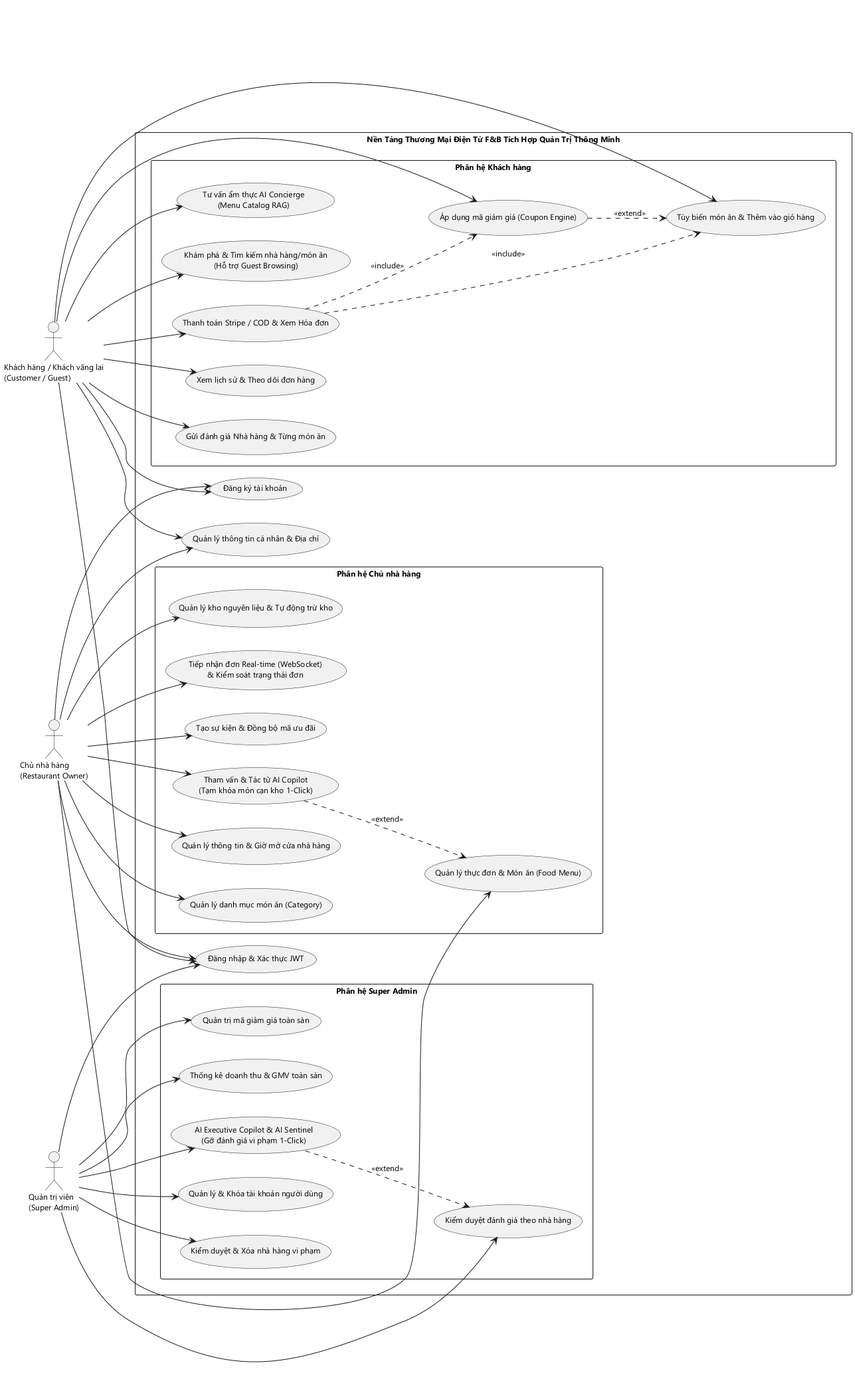
Above: uet-graduation-thesis/figures/fig_usecase_general.png in lequocanh1401/Online-Food-Ordering (PlantUML), before the change.
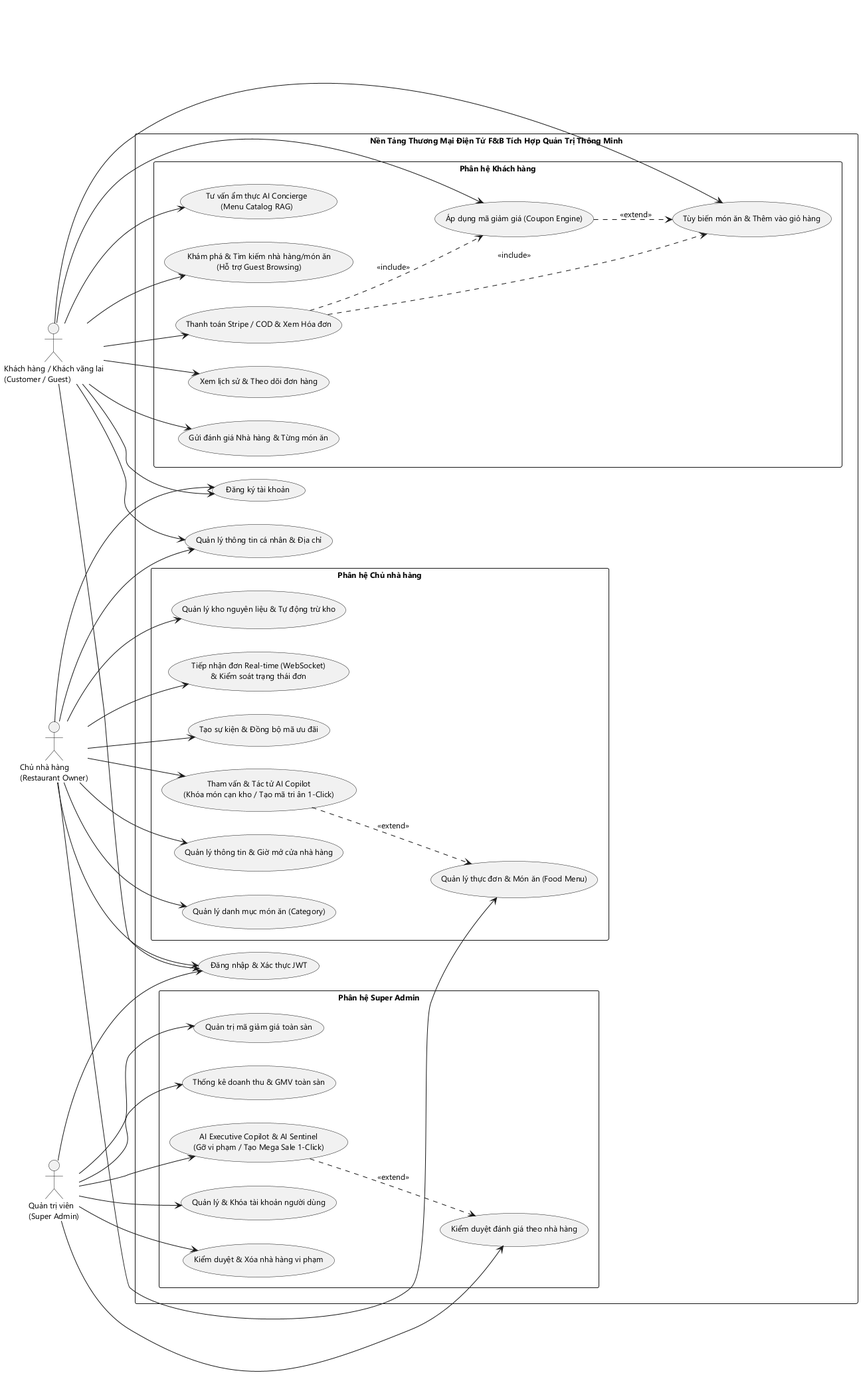
After the commit.

What changed in the source:
```diff
@@ -31,7 +31,7 @@
         usecase "Quản lý kho nguyên liệu & Tự động trừ kho" as UC_ManageIngredients
         usecase "Tiếp nhận đơn Real-time (WebSocket)\n& Kiểm soát trạng thái đơn" as UC_ManageOrder
         usecase "Tạo sự kiện & Đồng bộ mã ưu đãi" as UC_ManageEvents
-        usecase "Tham vấn & Tác tử AI Copilot\n(Tạm khóa món cạn kho 1-Click)" as UC_OwnerCopilot
+        usecase "Tham vấn & Tác tử AI Copilot\n(Khóa món cạn kho / Tạo mã tri ân 1-Click)" as UC_OwnerCopilot
     }
 
     package "Phân hệ Super Admin" {
@@ -40,7 +40,7 @@
         usecase "Kiểm duyệt đánh giá theo nhà hàng" as UC_AdminReview
         usecase "Quản trị mã giảm giá toàn sàn" as UC_AdminCoupon
         usecase "Thống kê doanh thu & GMV toàn sàn" as UC_AdminStats
-        usecase "AI Executive Copilot & AI Sentinel\n(Gỡ đánh giá vi phạm 1-Click)" as UC_AdminCopilot
+        usecase "AI Executive Copilot & AI Sentinel\n(Gỡ vi phạm / Tạo Mega Sale 1-Click)" as UC_AdminCopilot
     }
 }
 
```
